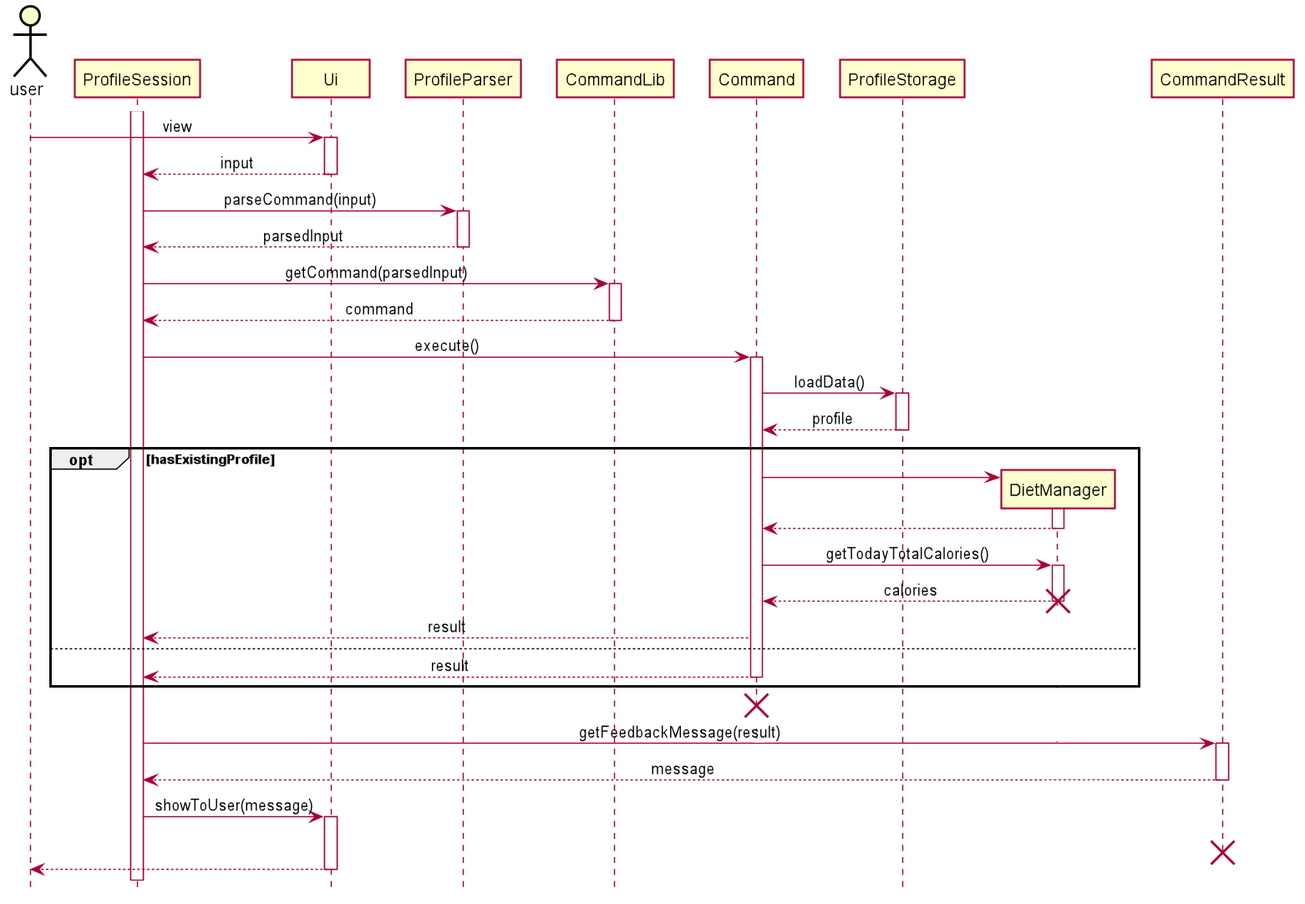
Before: docs/pictures/khoa/ViewProfile.png, a diagram exported from PlantUML (zsk612/tp).
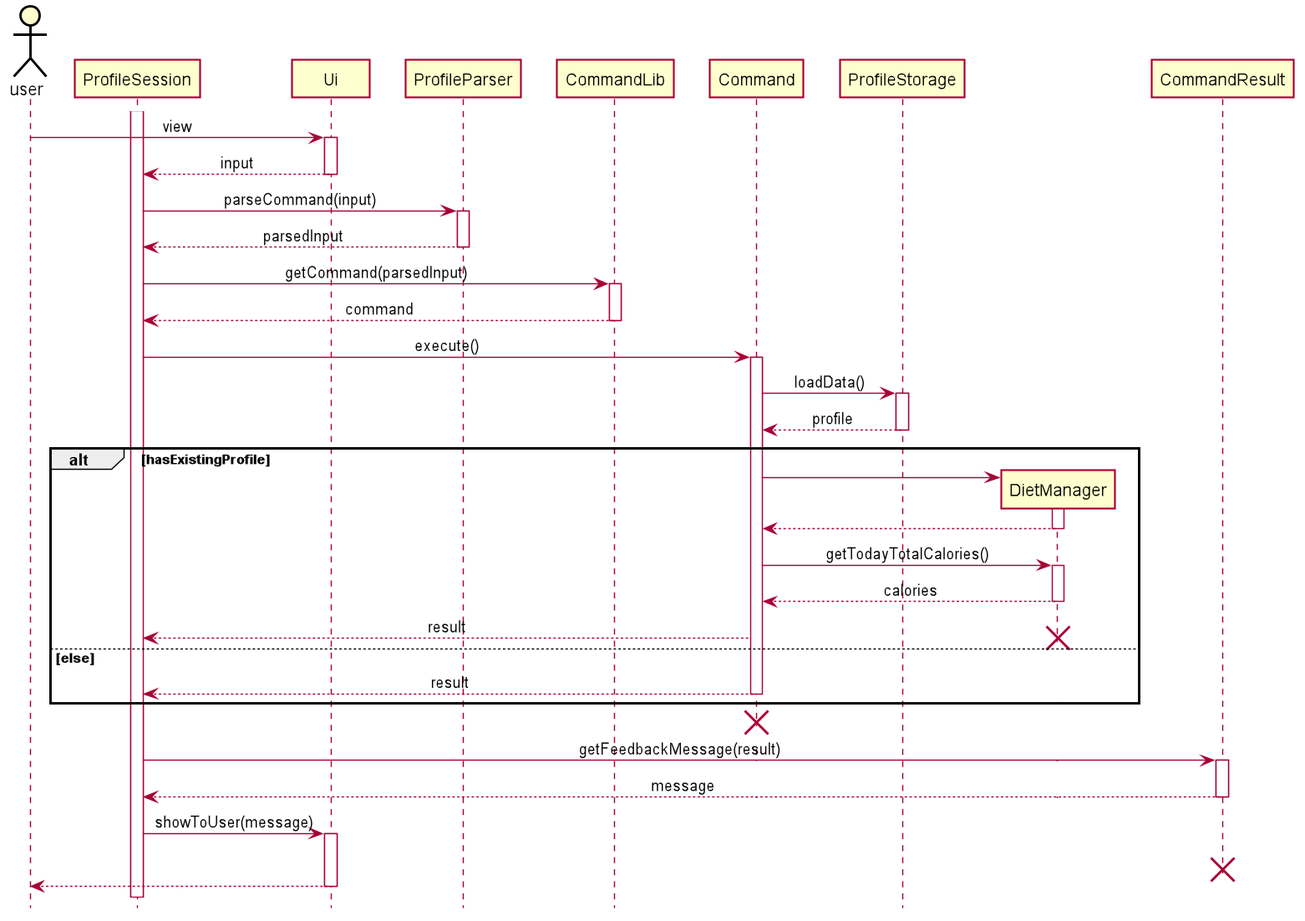
Above is the later version.

Diff of the diagram source:
```diff
@@ -56,15 +56,15 @@
 Command -> ProfileStorage ++ : loadData()
 ProfileStorage --> Command -- : profile
 
-opt hasExistingProfile
+alt hasExistingProfile
     Command -> DietManager**
     activate DietManager
     DietManager --> Command --
     Command -> DietManager ++ : getTodayTotalCalories()
-    DietManager --> Command : calories
+    DietManager --> Command -- : calories
+    Command --> ProfileSession : result
     destroy DietManager
-    Command --> ProfileSession : result
-else
+else else
     Command --> ProfileSession --: result
 end
 
```
